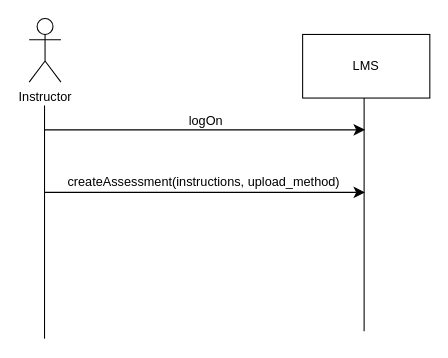
Earlier version of the draw.io diagram page "Page-2" (2 of 2) of domain_model_Workshop_2.drawio (antonykimuom/SWEN30006-2025-SM1-workshop1-tuew05-14-00-team-12). Source tidied: cells renumbered, new cells numbered last; positions are measured from the earlier drawing's top-left corner, leaving out a move shared by most shapes. Both pictures are drawn from the tidied source at 106%, with x=0, y=0 at pixel (29, 18).
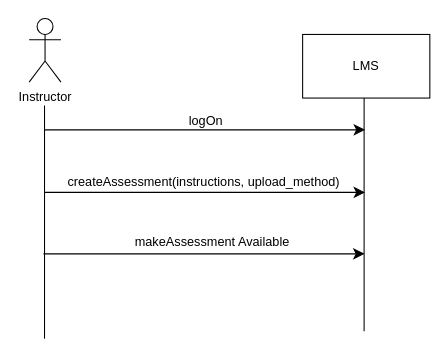
Above is the later version.

Commit message:
finished ssd for use case 1

Change to the diagram source:
```diff
@@
 <mxGraphModel>
   <root>
     <mxCell id="0" />
     <mxCell id="1" parent="0" />
     <mxCell id="2" value="Instructor" style="shape=umlActor;verticalLabelPosition=bottom;verticalAlign=top;html=1;" parent="1" vertex="1">
       <mxGeometry width="30" height="60" as="geometry" />
     </mxCell>
     <mxCell id="3" style="endArrow=none;html=1;rounded=0;fontSize=12;startSize=8;endSize=8;curved=1;" parent="1" edge="1">
       <mxGeometry relative="1" as="geometry">
         <mxPoint x="14.5" y="302" as="sourcePoint" />
         <mxPoint x="14.5" y="82" as="targetPoint" />
       </mxGeometry>
     </mxCell>
     <mxCell id="4" value="LMS" style="rounded=0;whiteSpace=wrap;html=1;" parent="1" vertex="1">
       <mxGeometry x="258" y="15" width="120" height="60" as="geometry" />
     </mxCell>
     <mxCell id="5" style="endArrow=none;html=1;rounded=0;fontSize=12;startSize=8;endSize=8;curved=1;" parent="1" edge="1">
       <mxGeometry relative="1" as="geometry">
         <mxPoint x="316" y="295" as="sourcePoint" />
         <mxPoint x="316" y="75" as="targetPoint" />
       </mxGeometry>
     </mxCell>
     <mxCell id="6" style="endArrow=classic;html=1;rounded=0;fontSize=12;startSize=8;endSize=8;curved=1;" parent="1" edge="1">
       <mxGeometry relative="1" as="geometry">
         <mxPoint x="14" y="105" as="sourcePoint" />
         <mxPoint x="317" y="105" as="targetPoint" />
       </mxGeometry>
     </mxCell>
     <mxCell id="7" value="logOn" style="text;html=1;align=center;verticalAlign=middle;whiteSpace=wrap;rounded=0;" parent="1" vertex="1">
       <mxGeometry x="137" y="82" width="60" height="30" as="geometry" />
     </mxCell>
     <mxCell id="8" style="endArrow=classic;html=1;rounded=0;fontSize=12;startSize=8;endSize=8;curved=1;" parent="1" edge="1">
       <mxGeometry relative="1" as="geometry">
         <mxPoint x="15" y="164" as="sourcePoint" />
         <mxPoint x="317" y="164" as="targetPoint" />
       </mxGeometry>
     </mxCell>
     <mxCell id="9" value="createAssessment(instructions, upload_method)" style="text;html=1;align=center;verticalAlign=middle;whiteSpace=wrap;rounded=0;" parent="1" vertex="1">
       <mxGeometry x="22" y="139" width="286" height="30" as="geometry" />
     </mxCell>
+    <mxCell id="10" style="endArrow=classic;html=1;rounded=0;fontSize=12;startSize=8;endSize=8;curved=1;" parent="1" edge="1">
+      <mxGeometry relative="1" as="geometry">
+        <mxPoint x="13.5" y="222" as="sourcePoint" />
+        <mxPoint x="316.5" y="222" as="targetPoint" />
+      </mxGeometry>
+    </mxCell>
+    <mxCell id="11" value="makeAssessment Available" style="text;html=1;align=center;verticalAlign=middle;whiteSpace=wrap;rounded=0;" parent="1" vertex="1">
+      <mxGeometry x="88" y="196" width="170" height="30" as="geometry" />
+    </mxCell>
   </root>
 </mxGraphModel>
```
